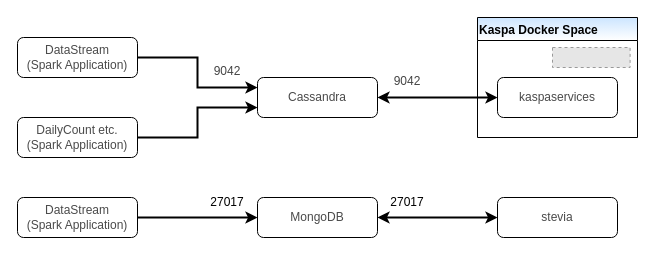
Before: page "Cassandra" (16 of 22) of Developer's Guide/MataElang Services.drawio in mata-elang-stable/DevelopersGuide, a draw.io diagram. Source tidied: cells renumbered, new cells numbered last; positions are measured from the earlier drawing's top-left corner, leaving out a move shared by most shapes. Both pictures are drawn from the tidied source at 100%, with x=0, y=0 at pixel (17, 17). Pictures stored in the file or linked from it are replaced by grey dashed boxes.
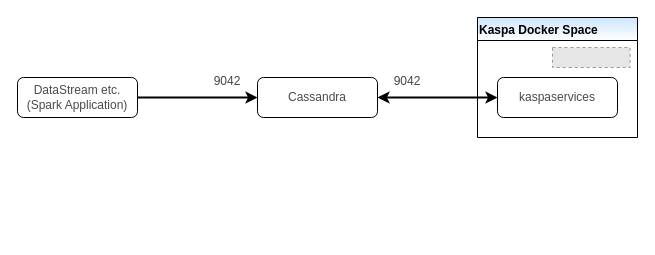
The same page after the edit.

The change refers to these unchanged cells:
```xml
<mxCell id="12" value="&lt;span style=&quot;background-color: rgb(255 , 255 , 255)&quot;&gt;&lt;font color=&quot;#4a4a4a&quot;&gt;kaspaservices&lt;/font&gt;&lt;br&gt;&lt;/span&gt;" style="rounded=1;whiteSpace=wrap;html=1;fontSize=12;glass=0;strokeWidth=1;shadow=0;" parent="10" vertex="1">
  <mxGeometry y="30" width="120" height="40" as="geometry" />
</mxCell>
```

Diff of the diagram source:
```diff
@@
-    <mxCell id="2" style="group;" parent="1" vertex="1">
-      <mxGeometry width="620" height="140" as="geometry" />
-    </mxCell>
-    <mxCell id="3" value="&lt;font color=&quot;#4a4a4a&quot;&gt;&lt;span style=&quot;background-color: rgb(255 , 255 , 255)&quot;&gt;Cassandra&lt;br&gt;&lt;/span&gt;&lt;/font&gt;" style="rounded=1;whiteSpace=wrap;html=1;fontSize=12;glass=0;strokeWidth=1;shadow=0;" parent="2" vertex="1">
+    <mxCell id="3" value="&lt;font color=&quot;#4a4a4a&quot;&gt;&lt;span style=&quot;background-color: rgb(255 , 255 , 255)&quot;&gt;Cassandra&lt;br&gt;&lt;/span&gt;&lt;/font&gt;" style="rounded=1;whiteSpace=wrap;html=1;fontSize=12;glass=0;strokeWidth=1;shadow=0;" parent="1" vertex="1">
       <mxGeometry x="240" y="60" width="120" height="40" as="geometry" />
     </mxCell>
-    <mxCell id="4" value="&lt;font color=&quot;#4a4a4a&quot;&gt;&lt;span style=&quot;background-color: rgb(255 , 255 , 255)&quot;&gt;DailyCount etc.&lt;br&gt;&lt;/span&gt;&lt;/font&gt;&lt;span style=&quot;color: rgb(74 , 74 , 74) ; background-color: rgb(255 , 255 , 255)&quot;&gt;(Spark Application)&lt;/span&gt;&lt;font color=&quot;#4a4a4a&quot;&gt;&lt;span style=&quot;background-color: rgb(255 , 255 , 255)&quot;&gt;&lt;br&gt;&lt;/span&gt;&lt;/font&gt;" style="rounded=1;whiteSpace=wrap;html=1;fontSize=12;glass=0;strokeWidth=1;shadow=0;" parent="2" vertex="1">
-      <mxGeometry y="100" width="120" height="40" as="geometry" />
-    </mxCell>
-    <mxCell id="5" style="endArrow=classic;html=1;rounded=0;entryX=0;entryY=0.75;entryDx=0;entryDy=0;strokeWidth=2;edgeStyle=orthogonalEdgeStyle;" parent="2" edge="1" target="3">
-      <mxGeometry x="-10" y="50" as="geometry">
-        <mxPoint x="120" y="120" as="sourcePoint" />
-        <Array as="points">
-          <mxPoint x="180" y="120" />
-          <mxPoint x="180" y="90" />
-        </Array>
-      </mxGeometry>
-    </mxCell>
-    <mxCell id="6" value="&lt;span style=&quot;color: rgb(68, 68, 68); font-size: 12px; font-style: normal; font-weight: 400; letter-spacing: normal; text-indent: 0px; text-transform: none; word-spacing: 0px; background-color: rgb(255, 255, 255); display: inline; float: none;&quot;&gt;9042&lt;/span&gt;" style="text;whiteSpace=wrap;html=1;align=center;" parent="2" vertex="1">
-      <mxGeometry x="180" y="40" width="60" height="30" as="geometry" />
+    <mxCell id="6" value="&lt;span style=&quot;color: rgb(68, 68, 68); font-size: 12px; font-style: normal; font-weight: 400; letter-spacing: normal; text-indent: 0px; text-transform: none; word-spacing: 0px; background-color: rgb(255, 255, 255); display: inline; float: none;&quot;&gt;9042&lt;/span&gt;" style="text;whiteSpace=wrap;html=1;align=center;" parent="1" vertex="1">
+      <mxGeometry x="180" y="50" width="60" height="30" as="geometry" />
     </mxCell>
-    <mxCell id="7" value="&lt;font color=&quot;#4a4a4a&quot;&gt;&lt;span style=&quot;background-color: rgb(255 , 255 , 255)&quot;&gt;DataStream&lt;br&gt;&lt;/span&gt;&lt;/font&gt;&lt;span style=&quot;color: rgb(74 , 74 , 74) ; background-color: rgb(255 , 255 , 255)&quot;&gt;(Spark Application)&lt;/span&gt;&lt;font color=&quot;#4a4a4a&quot;&gt;&lt;span style=&quot;background-color: rgb(255 , 255 , 255)&quot;&gt;&lt;br&gt;&lt;/span&gt;&lt;/font&gt;" style="rounded=1;whiteSpace=wrap;html=1;fontSize=12;glass=0;strokeWidth=1;shadow=0;" parent="2" vertex="1">
-      <mxGeometry y="20" width="120" height="40" as="geometry" />
+    <mxCell id="7" value="&lt;font color=&quot;#4a4a4a&quot;&gt;&lt;span style=&quot;background-color: rgb(255 , 255 , 255)&quot;&gt;DataStream etc.&lt;br&gt;&lt;/span&gt;&lt;/font&gt;&lt;span style=&quot;color: rgb(74 , 74 , 74) ; background-color: rgb(255 , 255 , 255)&quot;&gt;(Spark Application)&lt;/span&gt;&lt;font color=&quot;#4a4a4a&quot;&gt;&lt;span style=&quot;background-color: rgb(255 , 255 , 255)&quot;&gt;&lt;br&gt;&lt;/span&gt;&lt;/font&gt;" style="rounded=1;whiteSpace=wrap;html=1;fontSize=12;glass=0;strokeWidth=1;shadow=0;" parent="1" vertex="1">
+      <mxGeometry y="60" width="120" height="40" as="geometry" />
     </mxCell>
-    <mxCell id="8" style="endArrow=classic;html=1;rounded=0;edgeStyle=orthogonalEdgeStyle;exitX=1;exitY=0.5;exitDx=0;exitDy=0;entryX=0;entryY=0.25;entryDx=0;entryDy=0;strokeWidth=2;" parent="2" edge="1" source="7" target="3">
-      <mxGeometry as="geometry">
-        <Array as="points">
-          <mxPoint x="180" y="40" />
-          <mxPoint x="180" y="70" />
-        </Array>
-      </mxGeometry>
+    <mxCell id="8" style="endArrow=classic;html=1;rounded=0;exitX=1;exitY=0.5;exitDx=0;exitDy=0;entryX=0;entryY=0.5;entryDx=0;entryDy=0;strokeWidth=2;" parent="1" edge="1" source="7" target="3">
+      <mxGeometry x="120" y="100" as="geometry" />
     </mxCell>
-    <mxCell id="9" value="Kaspa Docker Space" style="swimlane;strokeColor=default;fillColor=#CCE5FF;align=left;gradientColor=#ffffff;swimlaneFillColor=none;" parent="2" vertex="1">
+    <mxCell id="9" value="Kaspa Docker Space" style="swimlane;strokeColor=default;fillColor=#CCE5FF;align=left;gradientColor=#ffffff;swimlaneFillColor=none;" parent="1" vertex="1">
       <mxGeometry x="460" width="160" height="120" as="geometry" />
     </mxCell>
@@
-    <mxCell id="13" style="endArrow=classic;html=1;rounded=0;strokeWidth=2;edgeStyle=orthogonalEdgeStyle;entryX=1;entryY=0.5;entryDx=0;entryDy=0;exitX=0;exitY=0.5;exitDx=0;exitDy=0;startArrow=classic;startFill=1;" parent="2" edge="1" source="12" target="3">
-      <mxGeometry as="geometry" />
+    <mxCell id="13" style="endArrow=classic;html=1;rounded=0;strokeWidth=2;edgeStyle=orthogonalEdgeStyle;entryX=1;entryY=0.5;entryDx=0;entryDy=0;exitX=0;exitY=0.5;exitDx=0;exitDy=0;startArrow=classic;startFill=1;" parent="1" edge="1" source="12" target="3">
+      <mxGeometry x="120" y="100" as="geometry" />
     </mxCell>
-    <mxCell id="14" value="&lt;span style=&quot;color: rgb(68, 68, 68); font-size: 12px; font-style: normal; font-weight: 400; letter-spacing: normal; text-indent: 0px; text-transform: none; word-spacing: 0px; background-color: rgb(255, 255, 255); display: inline; float: none;&quot;&gt;9042&lt;/span&gt;" style="text;whiteSpace=wrap;html=1;align=center;" parent="2" vertex="1">
+    <mxCell id="14" value="&lt;span style=&quot;color: rgb(68, 68, 68); font-size: 12px; font-style: normal; font-weight: 400; letter-spacing: normal; text-indent: 0px; text-transform: none; word-spacing: 0px; background-color: rgb(255, 255, 255); display: inline; float: none;&quot;&gt;9042&lt;/span&gt;" style="text;whiteSpace=wrap;html=1;align=center;" parent="1" vertex="1">
       <mxGeometry x="360" y="50" width="60" height="30" as="geometry" />
     </mxCell>
-    <mxCell id="15" style="group;" parent="1" vertex="1">
-      <mxGeometry y="170" width="600" height="50" as="geometry" />
-    </mxCell>
-    <mxCell id="16" value="&lt;font color=&quot;#4a4a4a&quot;&gt;&lt;span style=&quot;background-color: rgb(255 , 255 , 255)&quot;&gt;DataStream&lt;br&gt;(Spark Application)&lt;br&gt;&lt;/span&gt;&lt;/font&gt;" style="rounded=1;whiteSpace=wrap;html=1;fontSize=12;glass=0;strokeWidth=1;shadow=0;" parent="15" vertex="1">
-      <mxGeometry y="10" width="120" height="40" as="geometry" />
-    </mxCell>
-    <mxCell id="17" value="&lt;font color=&quot;#4a4a4a&quot;&gt;&lt;span style=&quot;background-color: rgb(255 , 255 , 255)&quot;&gt;MongoDB&lt;br&gt;&lt;/span&gt;&lt;/font&gt;" style="rounded=1;whiteSpace=wrap;html=1;fontSize=12;glass=0;strokeWidth=1;shadow=0;" parent="15" vertex="1">
-      <mxGeometry x="240" y="10" width="120" height="40" as="geometry" />
-    </mxCell>
-    <mxCell id="18" style="endArrow=classic;html=1;rounded=0;edgeStyle=orthogonalEdgeStyle;exitX=1;exitY=0.5;exitDx=0;exitDy=0;entryX=0;entryY=0.5;entryDx=0;entryDy=0;strokeWidth=2;" parent="15" edge="1" source="16" target="17">
-      <mxGeometry relative="1" as="geometry" />
-    </mxCell>
-    <mxCell id="19" value="27017" style="text;html=1;strokeColor=none;fillColor=none;align=center;verticalAlign=middle;whiteSpace=wrap;rounded=0;" parent="15" vertex="1">
-      <mxGeometry x="180" width="60" height="30" as="geometry" />
-    </mxCell>
-    <mxCell id="20" value="&lt;font color=&quot;#4a4a4a&quot;&gt;&lt;span style=&quot;background-color: rgb(255 , 255 , 255)&quot;&gt;stevia&lt;br&gt;&lt;/span&gt;&lt;/font&gt;" style="rounded=1;whiteSpace=wrap;html=1;fontSize=12;glass=0;strokeWidth=1;shadow=0;" parent="15" vertex="1">
-      <mxGeometry x="480" y="10" width="120" height="40" as="geometry" />
-    </mxCell>
-    <mxCell id="21" style="endArrow=classic;html=1;rounded=0;edgeStyle=orthogonalEdgeStyle;exitX=1;exitY=0.5;exitDx=0;exitDy=0;entryX=0;entryY=0.5;entryDx=0;entryDy=0;strokeWidth=2;startArrow=classic;startFill=1;" parent="15" edge="1" source="17" target="20">
-      <mxGeometry relative="1" as="geometry" />
-    </mxCell>
-    <mxCell id="22" value="27017" style="text;html=1;strokeColor=none;fillColor=none;align=center;verticalAlign=middle;whiteSpace=wrap;rounded=0;" parent="15" vertex="1">
-      <mxGeometry x="360" width="60" height="30" as="geometry" />
-    </mxCell>
```
